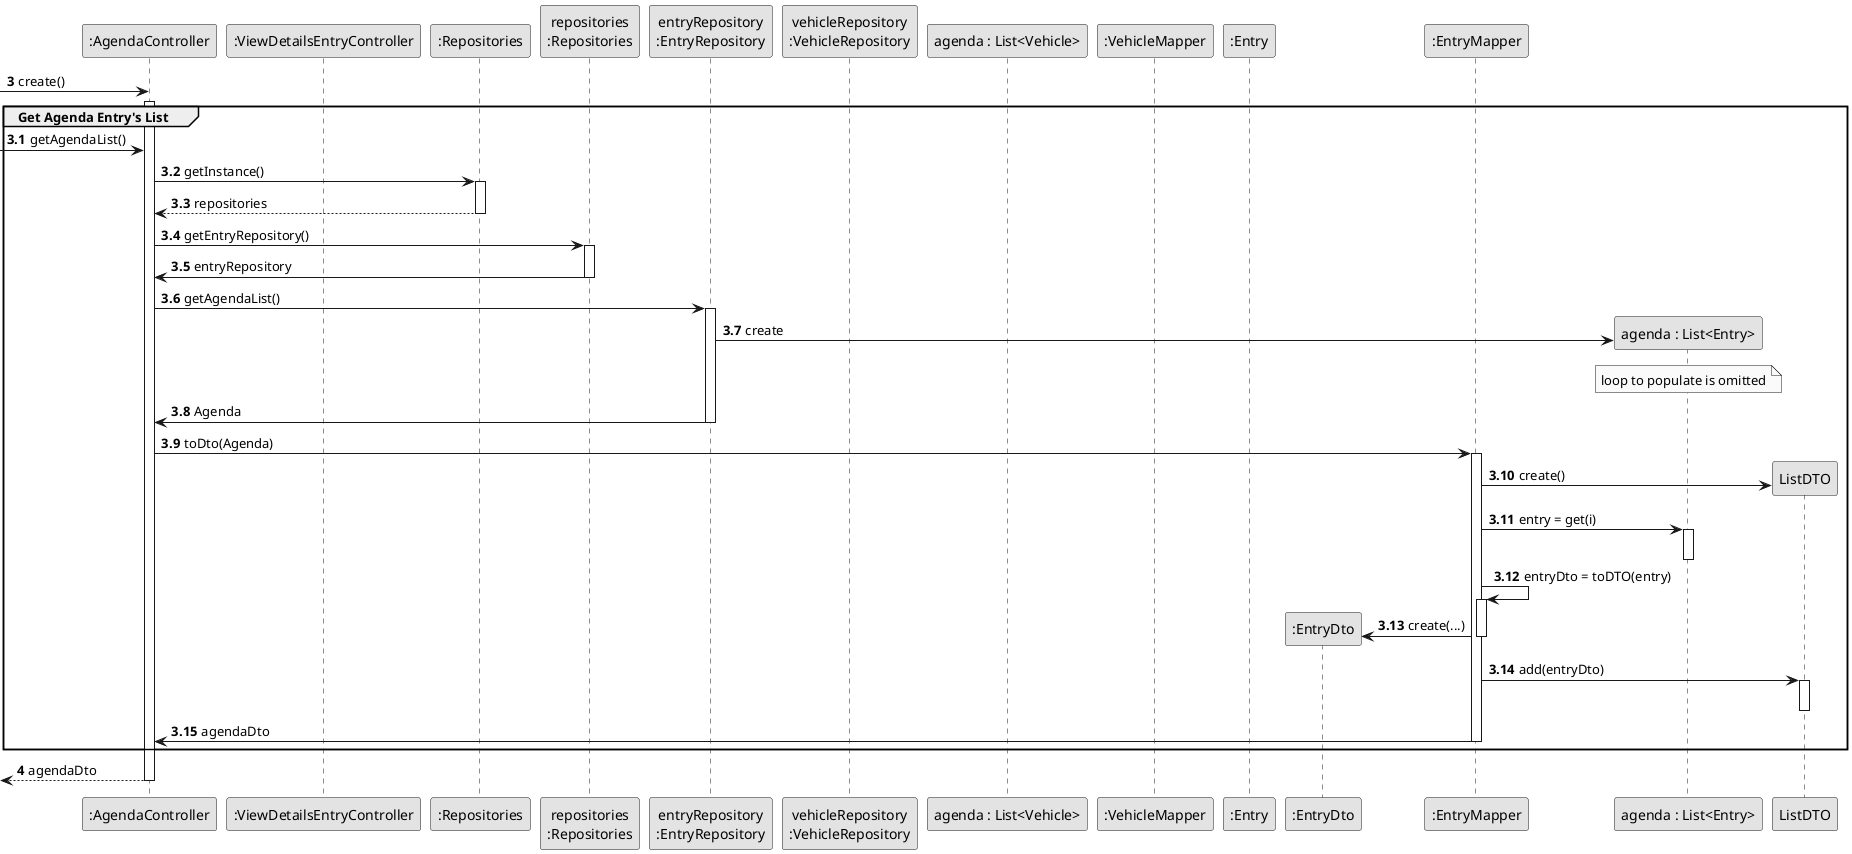
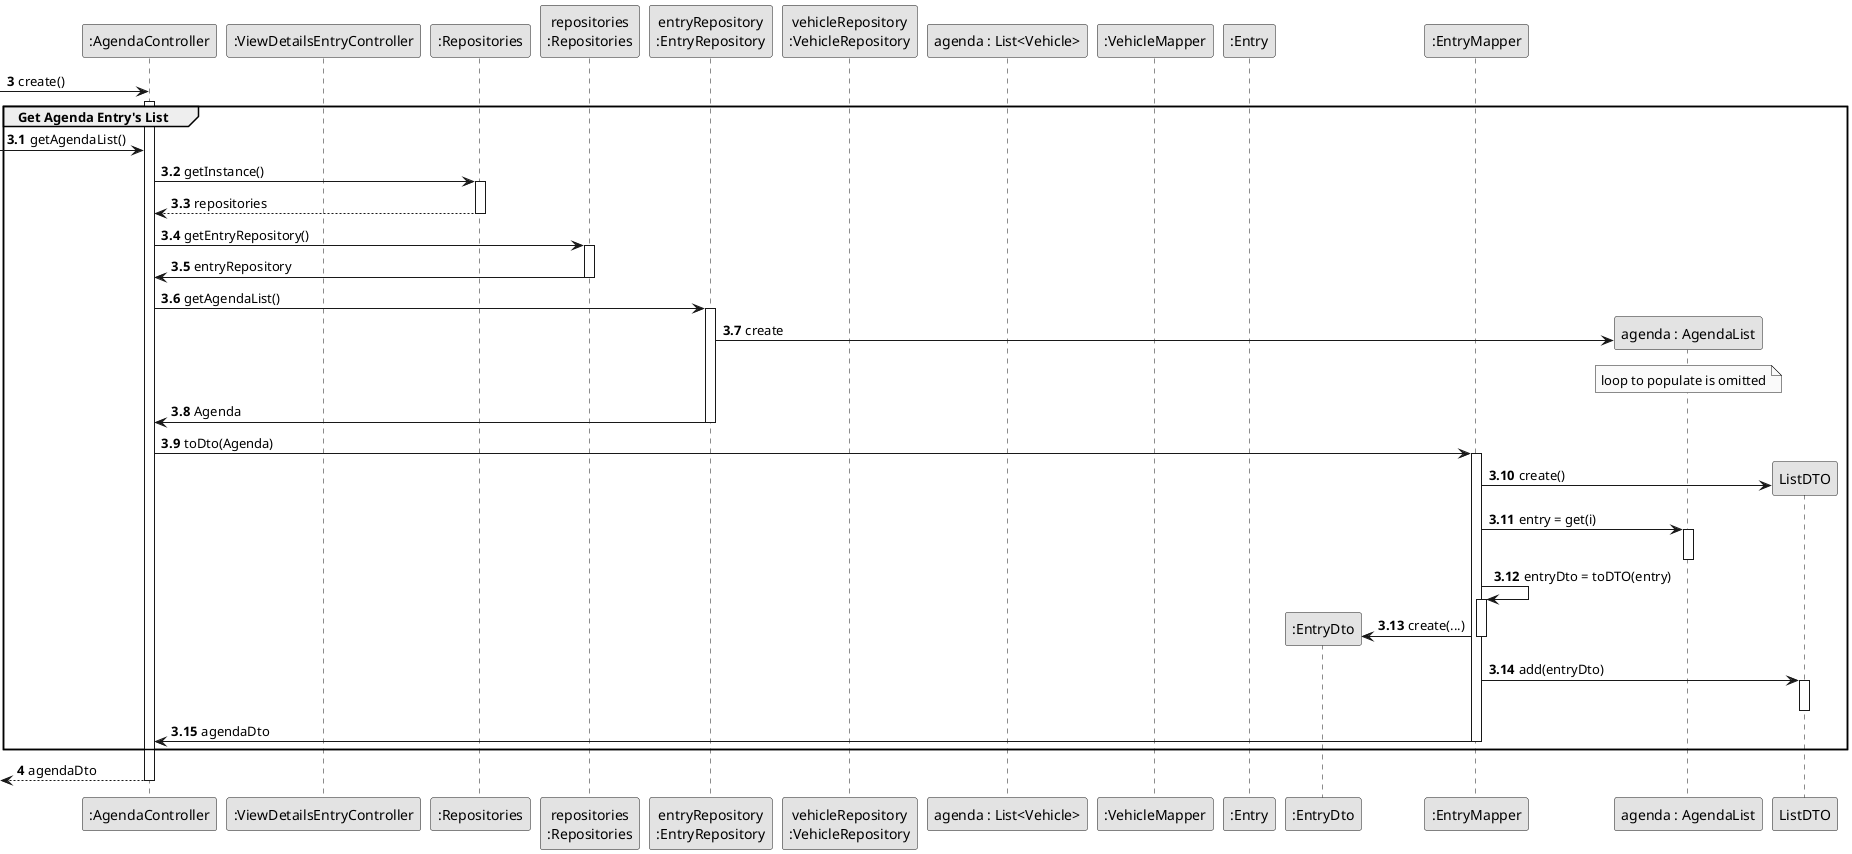
@startuml
skinparam monochrome true
skinparam packageStyle rectangle
skinparam shadowing false

autonumber

'hide footbox


participant ":AgendaController" as CTRL
participant ":ViewDetailsEntryController" as CTRL2
participant ":Repositories" as RepositorySingleton
participant "repositories\n:Repositories" as PLAT
participant "entryRepository\n:EntryRepository" as EntryRepository
participant "vehicleRepository\n:VehicleRepository" as VehicleRepository
participant "agenda : List<Vehicle>" as ListSelected
participant ":VehicleMapper" as SelectedMAPPER
participant ":Entry" as OBJ
participant ":EntryDto" as DTO
participant ":EntryMapper" as MAPPER
- participant "agenda : List<Entry>" as List
+ participant "agenda : AgendaList" as List
autonumber 3

 -> CTRL** : create()
autonumber 3.1
activate CTRL
    group Get Agenda Entry's List


             -> CTRL** : getAgendaList()

                         CTRL -> RepositorySingleton : getInstance()
                                                    activate RepositorySingleton

                                                        RepositorySingleton --> CTRL: repositories
                                                    deactivate RepositorySingleton


                                                    CTRL -> PLAT : getEntryRepository()
                                                    activate PLAT

                                                    PLAT -> CTRL : entryRepository
                                                    deactivate PLAT

                                                    CTRL -> EntryRepository : getAgendaList()
                                                    activate EntryRepository



                                                    EntryRepository -> List** : create

                                                    note over List : loop to populate is omitted



                                                    EntryRepository -> CTRL : Agenda
                                                    deactivate EntryRepository

                                                    CTRL -> MAPPER : toDto(Agenda)
                                                    activate MAPPER

                                                    MAPPER -> ListDTO** : create()

                                                    MAPPER -> List : entry = get(i)
                                                    activate List
                                                    deactivate List

                                                    MAPPER -> MAPPER : entryDto = toDTO(entry)
                                                    activate MAPPER

                                                    MAPPER -> DTO**  : create(...)
                                                    deactivate MAPPER

                                                    MAPPER -> ListDTO : add(entryDto)
                                                    activate ListDTO
                                                    deactivate ListDTO

                                                    MAPPER -> CTRL : agendaDto
                                                    deactivate MAPPER



    end
    autonumber 4
    <-- CTRL  :  agendaDto
deactivate CTRL


@enduml